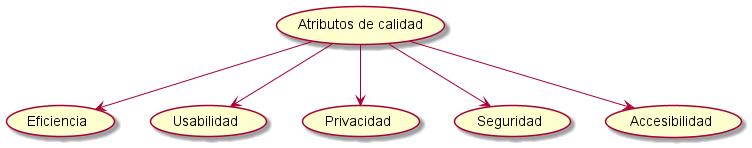
Above: images/qualityTree2.png in Arquisoft/dede_es4c (PlantUML), before the change. The source it was exported from:
```plantuml
@startuml
(Atributos de calidad) --> (Eficiencia)
(Atributos de calidad) --> (Usabilidad)
(Atributos de calidad) --> (Privacidad)
(Atributos de calidad) --> (Seguridad)
(Atributos de calidad) --> (Accesibilidad)
@enduml
```
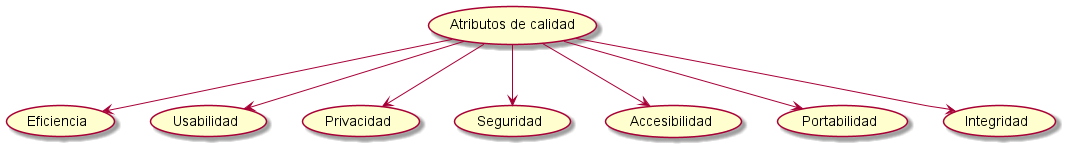
The same diagram one commit later.

What changed in the source:
```diff
@@ -4,4 +4,6 @@
 (Atributos de calidad) --> (Privacidad)
 (Atributos de calidad) --> (Seguridad)
 (Atributos de calidad) --> (Accesibilidad)
+(Atributos de calidad) --> (Portabilidad)
+(Atributos de calidad) --> (Integridad)
 @enduml
```
